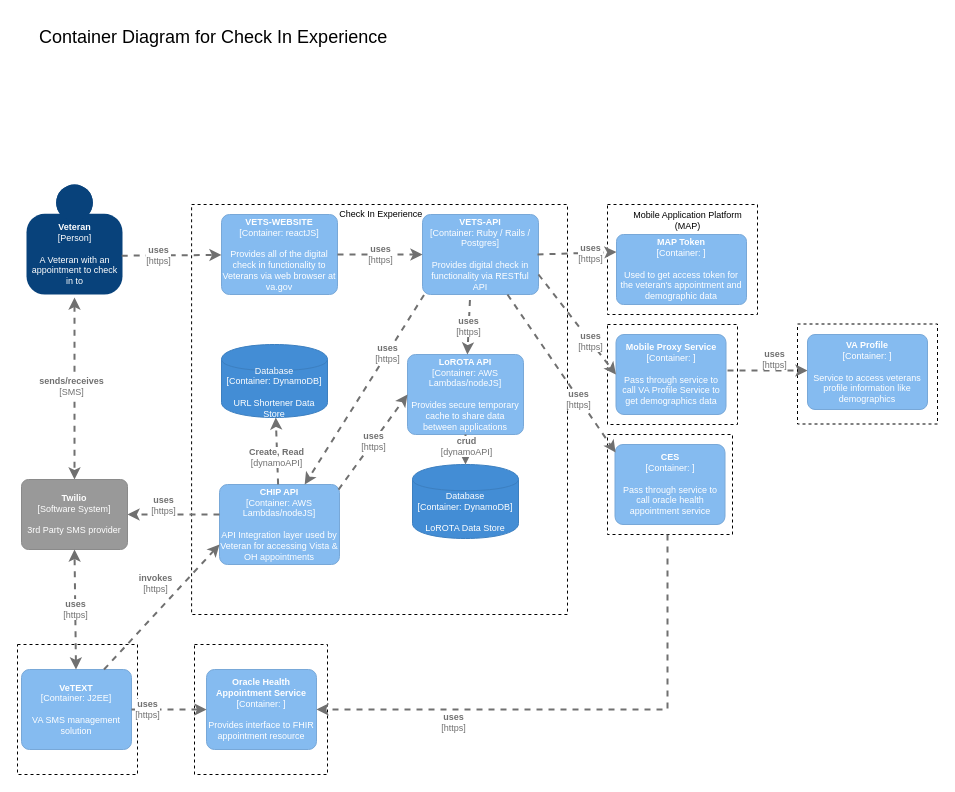
Earlier version of the draw.io diagram page "container-diagram" (1 of 2) of products/health-care/checkin/engineering/architecture-diagrams/containerDiagram_checkInExp_oracleHealth.drawio (department-of-veterans-affairs/va.gov-team). Source tidied: cells renumbered, new cells numbered last; positions are measured from the earlier drawing's top-left corner, leaving out a move shared by most shapes. Both pictures are drawn from the tidied source at 100%, with x=0, y=0 at pixel (17, 17).
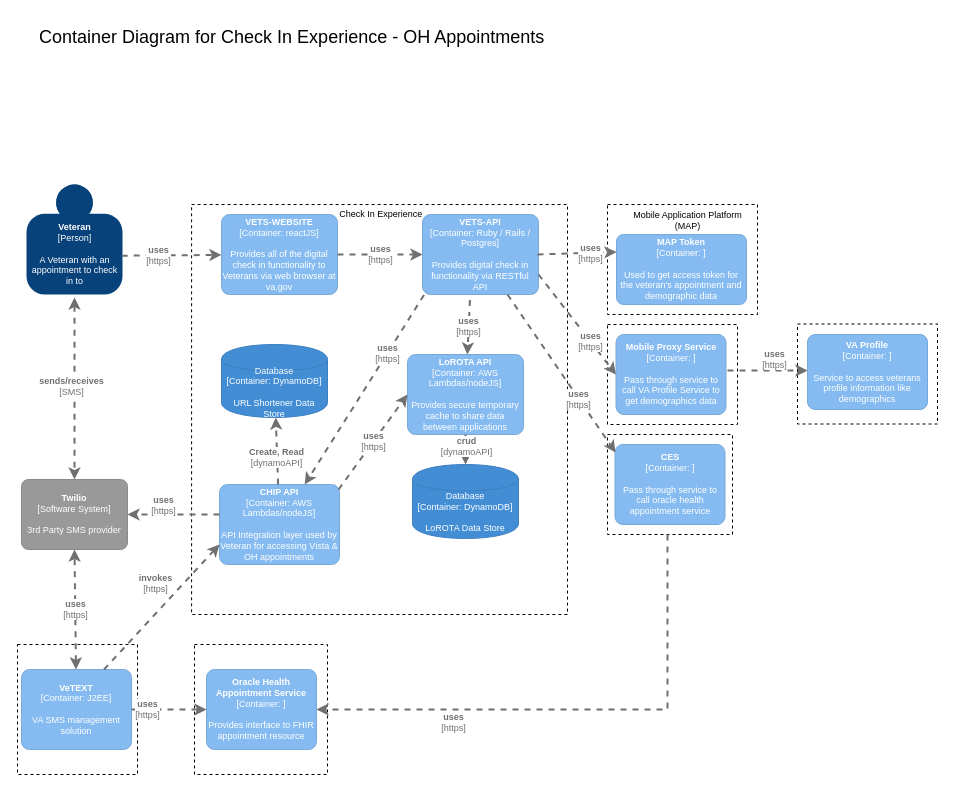
Above is the later version.

The edit, as a diff of the source:
```diff
@@
-    <mxCell id="9" value="&lt;font style=&quot;font-size: 18px&quot;&gt;Container Diagram for Check In Experience&lt;/font&gt;" style="text;html=1;strokeColor=none;fillColor=none;align=left;verticalAlign=middle;whiteSpace=wrap;rounded=0;dashed=1;" parent="1" vertex="1">
+    <mxCell id="9" value="&lt;font style=&quot;font-size: 18px&quot;&gt;Container Diagram for Check In Experience - OH Appointments&lt;/font&gt;" style="text;html=1;strokeColor=none;fillColor=none;align=left;verticalAlign=middle;whiteSpace=wrap;rounded=0;dashed=1;" parent="1" vertex="1">
       <mxGeometry x="20" width="540" height="40" as="geometry" />
     </mxCell>
```
